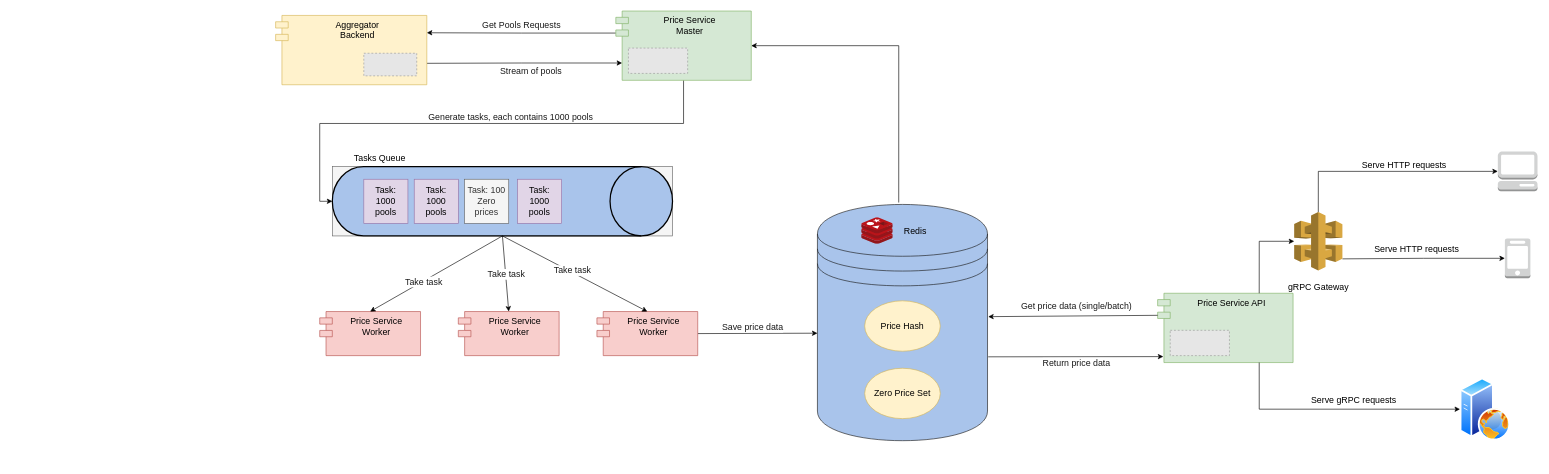
Before: Price Service Diagram.drawio in piavgh/draw.io-data, a draw.io diagram. Source tidied: cells renumbered, new cells numbered last; positions are measured from the earlier drawing's top-left corner, leaving out a move shared by most shapes. Both pictures are drawn from the tidied source at 63%, with x=0, y=0 at pixel (275, 11). Pictures stored in the file or linked from it are replaced by grey dashed boxes.
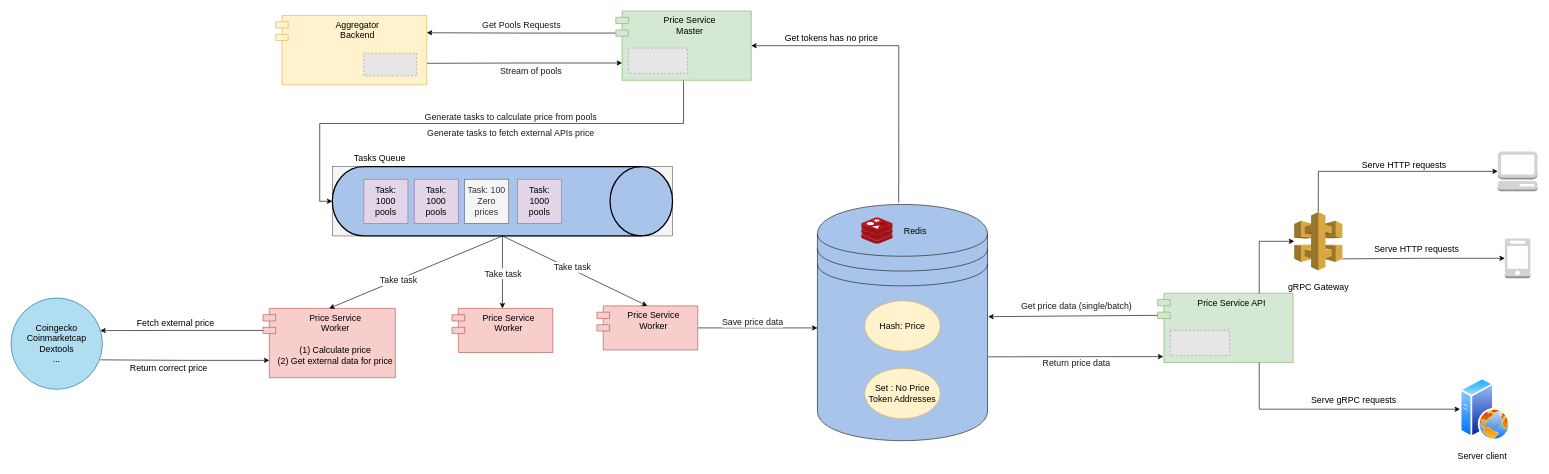
Above is the later version.

Unchanged cells that the change refers to:
```xml
<mxCell id="5" style="edgeStyle=orthogonalEdgeStyle;rounded=0;jettySize=auto;html=1;exitX=0.5;exitY=1;exitDx=0;exitDy=0;entryX=0;entryY=0.5;entryDx=0;entryDy=0;entryPerimeter=0;fontSize=14;fontColor=#1A1A1A;startArrow=none;startFill=0;endArrow=classic;endFill=1;fontStyle=0;" parent="1" edge="1" source="29" target="14">
  <mxGeometry relative="1" as="geometry" />
</mxCell>
<mxCell id="50" style="edgeStyle=orthogonalEdgeStyle;rounded=0;jettySize=auto;html=1;exitX=1;exitY=0.5;exitDx=0;exitDy=0;entryX=0.478;entryY=-0.008;entryDx=0;entryDy=0;entryPerimeter=0;startArrow=classic;startFill=1;endArrow=none;endFill=0;fontSize=14;" parent="1" edge="1" source="29" target="45">
  <mxGeometry relative="1" as="geometry" />
</mxCell>
```

What changed in the source:
```diff
@@
-    <mxCell id="6" value="Generate tasks, each contains 1000 pools" style="edgeLabel;html=1;align=center;verticalAlign=middle;fontSize=14;fontColor=#1A1A1A;fontStyle=0;" parent="5" vertex="1">
+    <mxCell id="6" value="Generate tasks to calculate price from pools" style="edgeLabel;html=1;align=center;verticalAlign=middle;fontSize=14;fontColor=#1A1A1A;fontStyle=0;" parent="5" vertex="1">
       <mxGeometry x="0.26" y="1" relative="1" as="geometry">
         <mxPoint x="153" y="-12" as="offset" />
       </mxGeometry>
     </mxCell>
+    <mxCell id="58" value="Generate tasks to fetch external APIs price" style="edgeLabel;html=1;align=center;verticalAlign=middle;fontSize=14;fontColor=#1A1A1A;fontStyle=0;" parent="5" vertex="1">
+      <mxGeometry x="0.26" y="1" relative="1" as="geometry">
+        <mxPoint x="153" y="14" as="offset" />
+      </mxGeometry>
+    </mxCell>
-    <mxCell id="7" style="edgeStyle=none;rounded=0;jettySize=auto;html=1;exitX=1;exitY=0.5;exitDx=0;exitDy=0;entryX=0;entryY=0.545;entryDx=0;entryDy=0;entryPerimeter=0;fontSize=14;fontColor=#1A1A1A;startArrow=none;startFill=0;endArrow=classic;endFill=1;" parent="1" edge="1" source="9" target="45">
-      <mxGeometry relative="1" as="geometry" />
+    <mxCell id="7" style="edgeStyle=none;rounded=0;jettySize=auto;html=1;exitX=1;exitY=0.5;exitDx=0;exitDy=0;fontSize=14;fontColor=#1A1A1A;startArrow=none;startFill=0;endArrow=classic;endFill=1;" parent="1" edge="1" source="9">
+      <mxGeometry relative="1" as="geometry">
+        <mxPoint x="860" y="503" as="targetPoint" />
+      </mxGeometry>
     </mxCell>
@@
     <mxCell id="9" value="Price Service&#10;Worker" style="shape=module;align=left;spacingLeft=20;align=center;verticalAlign=top;fontSize=14;fontStyle=0;fillColor=#f8cecc;strokeColor=#b85450;" parent="1" vertex="1">
-      <mxGeometry x="510" y="477" width="160" height="70" as="geometry" />
+      <mxGeometry x="510" y="468" width="160" height="70" as="geometry" />
     </mxCell>
     <mxCell id="10" value="Price Service&#10;Worker" style="shape=module;align=left;spacingLeft=20;align=center;verticalAlign=top;fontSize=14;fontStyle=0;fillColor=#f8cecc;strokeColor=#b85450;" parent="1" vertex="1">
-      <mxGeometry x="290" y="477" width="160" height="70" as="geometry" />
+      <mxGeometry x="280" y="472" width="160" height="70" as="geometry" />
     </mxCell>
+    <mxCell id="59" style="edgeStyle=orthogonalEdgeStyle;rounded=0;jettySize=auto;html=1;exitX=0;exitY=0;exitDx=0;exitDy=35;exitPerimeter=0;entryX=0.977;entryY=0.357;entryDx=0;entryDy=0;entryPerimeter=0;fontSize=14;startArrow=none;startFill=0;endArrow=classic;endFill=1;" parent="1" edge="1" source="11" target="62">
+      <mxGeometry relative="1" as="geometry" />
+    </mxCell>
+    <mxCell id="60" value="Fetch external price" style="edgeLabel;html=1;align=center;verticalAlign=middle;fontSize=14;" parent="59" vertex="1">
+      <mxGeometry x="0.35" y="-5" relative="1" as="geometry">
+        <mxPoint x="35" y="-8" as="offset" />
+      </mxGeometry>
+    </mxCell>
-    <mxCell id="11" value="Price Service&#10;Worker" style="shape=module;align=left;spacingLeft=20;align=center;verticalAlign=top;fontSize=14;fontStyle=0;fillColor=#f8cecc;strokeColor=#b85450;" parent="1" vertex="1">
-      <mxGeometry x="70" y="477" width="160" height="70" as="geometry" />
+    <mxCell id="11" value="Price Service&#10;Worker&#10;&#10;(1) Calculate price&#10;(2) Get external data for price" style="shape=module;align=left;spacingLeft=20;align=center;verticalAlign=top;fontSize=14;fontStyle=0;fillColor=#f8cecc;strokeColor=#b85450;" parent="1" vertex="1">
+      <mxGeometry x="-20" y="472" width="210" height="110" as="geometry" />
     </mxCell>
@@
-    <mxCell id="44" style="perimeter=ellipsePerimeter;html=1;align=center;shadow=0;dashed=0;spacingTop=3;image;image=img/lib/active_directory/web_server.svg;fontSize=14;fontColor=#1A1A1A;strokeColor=#1A1A1A;fillColor=#A9C4EB;" parent="1" vertex="1">
-      <mxGeometry x="1880" y="582" width="80" height="100" as="geometry" />
-    </mxCell>
-    <mxCell id="45" style="shape=datastore;whiteSpace=wrap;html=1;fontSize=14;fontColor=#1A1A1A;strokeColor=#1A1A1A;fillColor=#A9C4EB;" parent="1" vertex="1">
-      <mxGeometry x="860" y="307" width="270" height="375" as="geometry" />
-    </mxCell>
-    <mxCell id="46" style="sketch=0;html=1;align=center;image;fontSize=14;image=img/lib/mscae/Cache_Redis_Product.svg;fontColor=#1A1A1A;strokeColor=#1A1A1A;fillColor=#A9C4EB;" parent="1" vertex="1">
-      <mxGeometry x="930" y="328" width="50" height="42" as="geometry" />
-    </mxCell>
-    <mxCell id="47" value="Redis" style="text;html=1;align=center;verticalAlign=middle;strokeColor=none;fillColor=none;fontSize=14;" parent="1" vertex="1">
-      <mxGeometry x="990" y="339" width="50" height="20" as="geometry" />
-    </mxCell>
-    <mxCell id="48" value="Price Hash" style="ellipse;whiteSpace=wrap;html=1;fillColor=#fff2cc;strokeColor=#d6b656;fontSize=14;" parent="1" vertex="1">
-      <mxGeometry x="935" y="460" width="120" height="80" as="geometry" />
-    </mxCell>
-    <mxCell id="49" value="Zero Price Set" style="ellipse;whiteSpace=wrap;html=1;fillColor=#fff2cc;strokeColor=#d6b656;fontSize=14;" parent="1" vertex="1">
-      <mxGeometry x="935" y="567" width="120" height="80" as="geometry" />
-    </mxCell>
@@
+    <mxCell id="61" value="Get tokens has no price" style="edgeLabel;html=1;align=center;verticalAlign=middle;fontSize=14;" parent="50" vertex="1">
+      <mxGeometry x="-0.6" y="2" relative="1" as="geometry">
+        <mxPoint x="29" y="-11" as="offset" />
+      </mxGeometry>
+    </mxCell>
@@
-    <mxCell id="52" style="group;" parent="1" vertex="1">
-      <mxGeometry x="1600" y="319" width="110" height="129" as="geometry" />
+    <mxCell id="52" style="group;fontSize=14;" parent="1" vertex="1">
+      <mxGeometry x="1600" y="319" width="115" height="129" as="geometry" />
     </mxCell>
@@
+    <mxCell id="62" value="Coingecko&lt;br style=&quot;font-size: 14px;&quot;&gt;Coinmarketcap&lt;br style=&quot;font-size: 14px;&quot;&gt;Dextools&lt;br style=&quot;font-size: 14px;&quot;&gt;..." style="ellipse;whiteSpace=wrap;html=1;fontSize=14;fillColor=#b1ddf0;strokeColor=#10739e;" parent="1" vertex="1">
+      <mxGeometry x="-420" y="455.5" width="145" height="145" as="geometry" />
+    </mxCell>
+    <mxCell id="63" style="edgeStyle=orthogonalEdgeStyle;rounded=0;jettySize=auto;html=1;fontSize=14;startArrow=classic;startFill=1;endArrow=none;endFill=0;exitX=0;exitY=0.75;exitDx=10;exitDy=0;exitPerimeter=0;entryX=0.977;entryY=0.677;entryDx=0;entryDy=0;entryPerimeter=0;" parent="1" edge="1" source="11" target="62">
+      <mxGeometry relative="1" as="geometry" />
+    </mxCell>
+    <mxCell id="64" value="Return correct price" style="edgeLabel;html=1;align=center;verticalAlign=middle;fontSize=14;" parent="63" vertex="1">
+      <mxGeometry x="0.38" y="3" relative="1" as="geometry">
+        <mxPoint x="25" y="10" as="offset" />
+      </mxGeometry>
+    </mxCell>
+    <mxCell id="65" style="group;" parent="1" vertex="1">
+      <mxGeometry x="860" y="307" width="270" height="375" as="geometry" />
+    </mxCell>
+    <mxCell id="45" style="shape=datastore;whiteSpace=wrap;html=1;fontSize=14;fontColor=#1A1A1A;strokeColor=#1A1A1A;fillColor=#A9C4EB;" parent="65" vertex="1">
+      <mxGeometry width="270" height="375" as="geometry" />
+    </mxCell>
+    <mxCell id="46" style="sketch=0;html=1;align=center;image;fontSize=14;image=img/lib/mscae/Cache_Redis_Product.svg;fontColor=#1A1A1A;strokeColor=#1A1A1A;fillColor=#A9C4EB;" parent="65" vertex="1">
+      <mxGeometry x="70" y="21" width="50" height="42" as="geometry" />
+    </mxCell>
+    <mxCell id="47" value="Redis" style="text;html=1;align=center;verticalAlign=middle;strokeColor=none;fillColor=none;fontSize=14;" parent="65" vertex="1">
+      <mxGeometry x="130" y="32" width="50" height="20" as="geometry" />
+    </mxCell>
+    <mxCell id="48" value="Hash: Price" style="ellipse;whiteSpace=wrap;html=1;fillColor=#fff2cc;strokeColor=#d6b656;fontSize=14;" parent="65" vertex="1">
+      <mxGeometry x="75" y="153" width="120" height="80" as="geometry" />
+    </mxCell>
+    <mxCell id="49" value="Set : No Price Token Addresses" style="ellipse;whiteSpace=wrap;html=1;fillColor=#fff2cc;strokeColor=#d6b656;fontSize=14;" parent="65" vertex="1">
+      <mxGeometry x="75" y="260" width="120" height="80" as="geometry" />
+    </mxCell>
+    <mxCell id="66" style="group;" parent="1" vertex="1">
+      <mxGeometry x="1870" y="582" width="90" height="135" as="geometry" />
+    </mxCell>
+    <mxCell id="44" style="perimeter=ellipsePerimeter;html=1;align=center;shadow=0;dashed=0;spacingTop=3;image;image=img/lib/active_directory/web_server.svg;fontSize=14;fontColor=#1A1A1A;strokeColor=#1A1A1A;fillColor=#A9C4EB;" parent="66" vertex="1">
+      <mxGeometry x="10" width="80" height="100" as="geometry" />
+    </mxCell>
+    <mxCell id="67" value="Server client" style="text;html=1;align=center;verticalAlign=middle;strokeColor=none;fillColor=none;fontSize=14;" parent="66" vertex="1">
+      <mxGeometry y="115" width="90" height="20" as="geometry" />
+    </mxCell>
```
